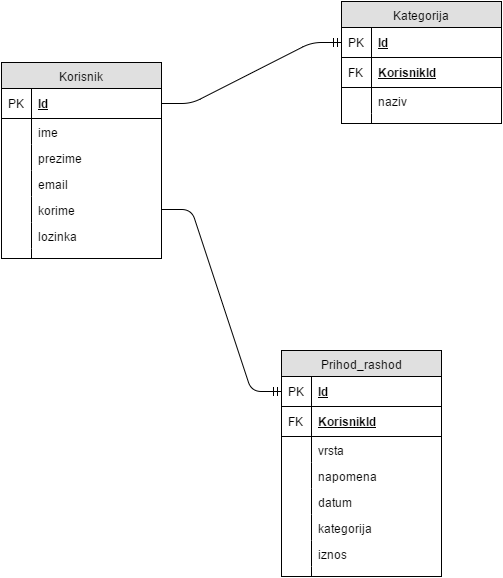
The draw.io diagram er.png in dhorvat3/Personal-Finance, before a commit. Source tidied: cells renumbered, new cells last; positions are measured from the earlier drawing's top-left corner, leaving out a move shared by most shapes.
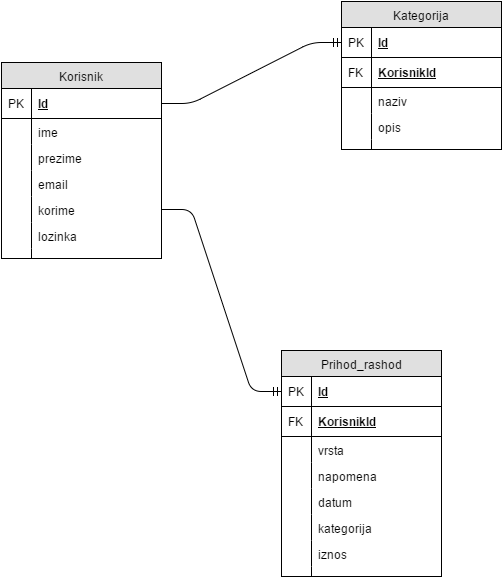
The same diagram one commit later.

Diff of the diagram source:
```diff
@@ -99,7 +99,7 @@
       <mxGeometry width="30" height="10" as="geometry" />
     </mxCell>
     <mxCell id="34" value="Kategorija" style="swimlane;html=1;fontStyle=0;horizontal=1;startSize=26;fillColor=#e0e0e0;swimlaneFillColor=#ffffff;align=center;" parent="1" vertex="1">
-      <mxGeometry x="340" width="160" height="122" as="geometry" />
+      <mxGeometry x="340" width="160" height="148" as="geometry" />
     </mxCell>
     <mxCell id="35" value="Id" style="shape=partialRectangle;top=0;left=0;right=0;bottom=1;html=1;align=left;verticalAlign=middle;fillColor=none;spacingLeft=34;spacingRight=4;whiteSpace=wrap;overflow=hidden;points=[[0,0.5],[1,0.5]];portConstraint=eastwest;fontStyle=5;" parent="34" vertex="1">
       <mxGeometry y="26" width="160" height="30" as="geometry" />
@@ -119,8 +119,14 @@
     <mxCell id="40" style="shape=partialRectangle;top=0;left=0;bottom=0;html=1;fillColor=none;align=left;verticalAlign=top;spacingLeft=4;spacingRight=4;whiteSpace=wrap;overflow=hidden;" parent="39" vertex="1">
       <mxGeometry width="30" height="26" as="geometry" />
     </mxCell>
+    <mxCell id="45" value="opis" style="shape=partialRectangle;top=0;left=0;right=0;bottom=0;html=1;align=left;verticalAlign=top;fillColor=none;spacingLeft=34;spacingRight=4;whiteSpace=wrap;overflow=hidden;" parent="34" vertex="1">
+      <mxGeometry y="112" width="160" height="26" as="geometry" />
+    </mxCell>
+    <mxCell id="46" style="shape=partialRectangle;top=0;left=0;bottom=0;html=1;fillColor=none;align=left;verticalAlign=top;spacingLeft=4;spacingRight=4;whiteSpace=wrap;overflow=hidden;" parent="45" vertex="1">
+      <mxGeometry width="30" height="26" as="geometry" />
+    </mxCell>
     <mxCell id="41" style="shape=partialRectangle;top=0;left=0;right=0;bottom=0;html=1;align=left;verticalAlign=top;fillColor=none;spacingLeft=34;spacingRight=4;whiteSpace=wrap;overflow=hidden;" parent="34" vertex="1">
-      <mxGeometry y="112" width="160" height="10" as="geometry" />
+      <mxGeometry y="138" width="160" height="10" as="geometry" />
     </mxCell>
     <mxCell id="42" style="shape=partialRectangle;top=0;left=0;bottom=0;html=1;fillColor=none;align=left;verticalAlign=top;spacingLeft=4;spacingRight=4;whiteSpace=wrap;overflow=hidden;" parent="41" vertex="1">
       <mxGeometry width="30" height="10" as="geometry" />
```
